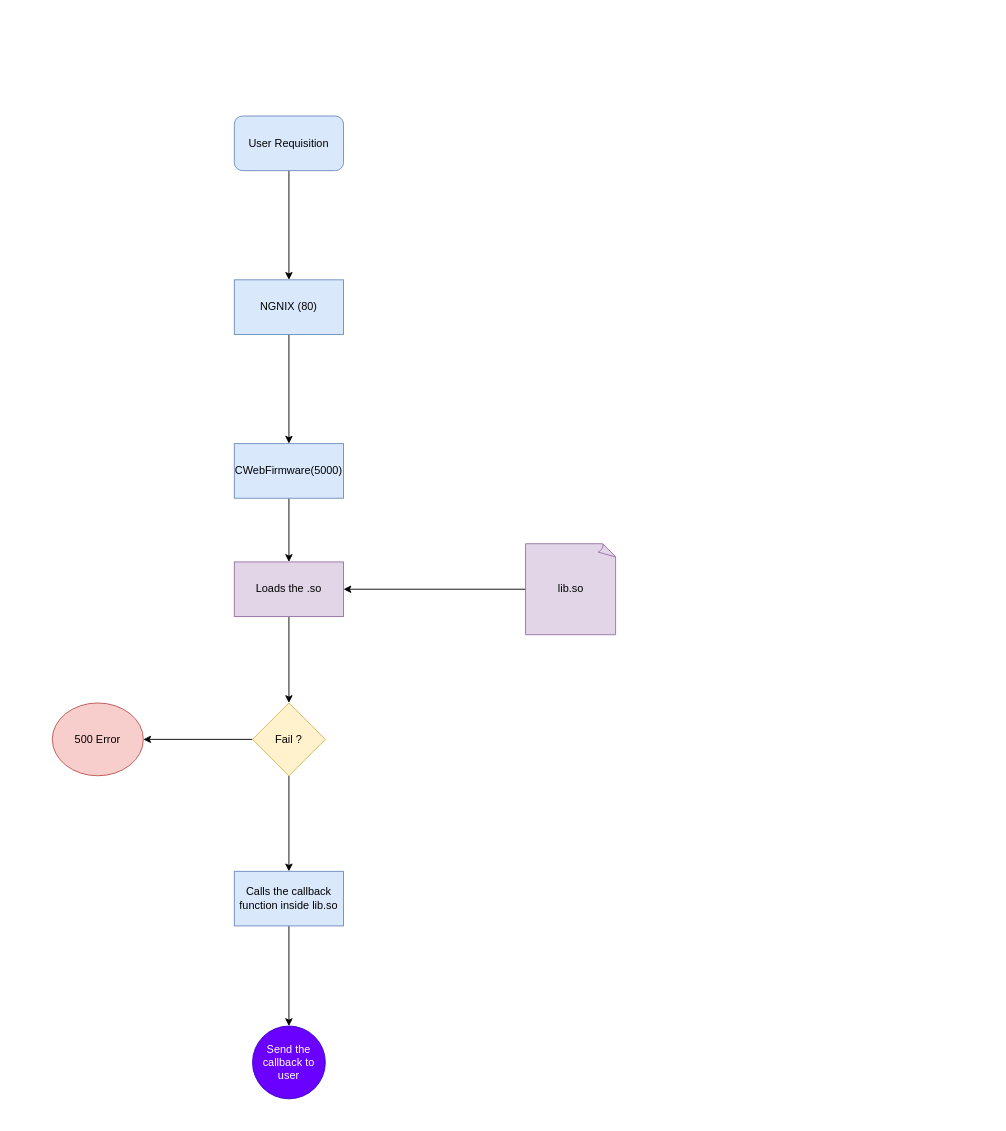
Earlier version of the draw.io diagram assets/firmware.drawio (OUIsolutions/CWebStudioFirmware). Source tidied: cells renumbered, new cells numbered last; positions are measured from the earlier drawing's top-left corner, leaving out a move shared by most shapes. Both pictures are drawn from the tidied source at 91%, with x=0, y=0 at pixel (52, 116).
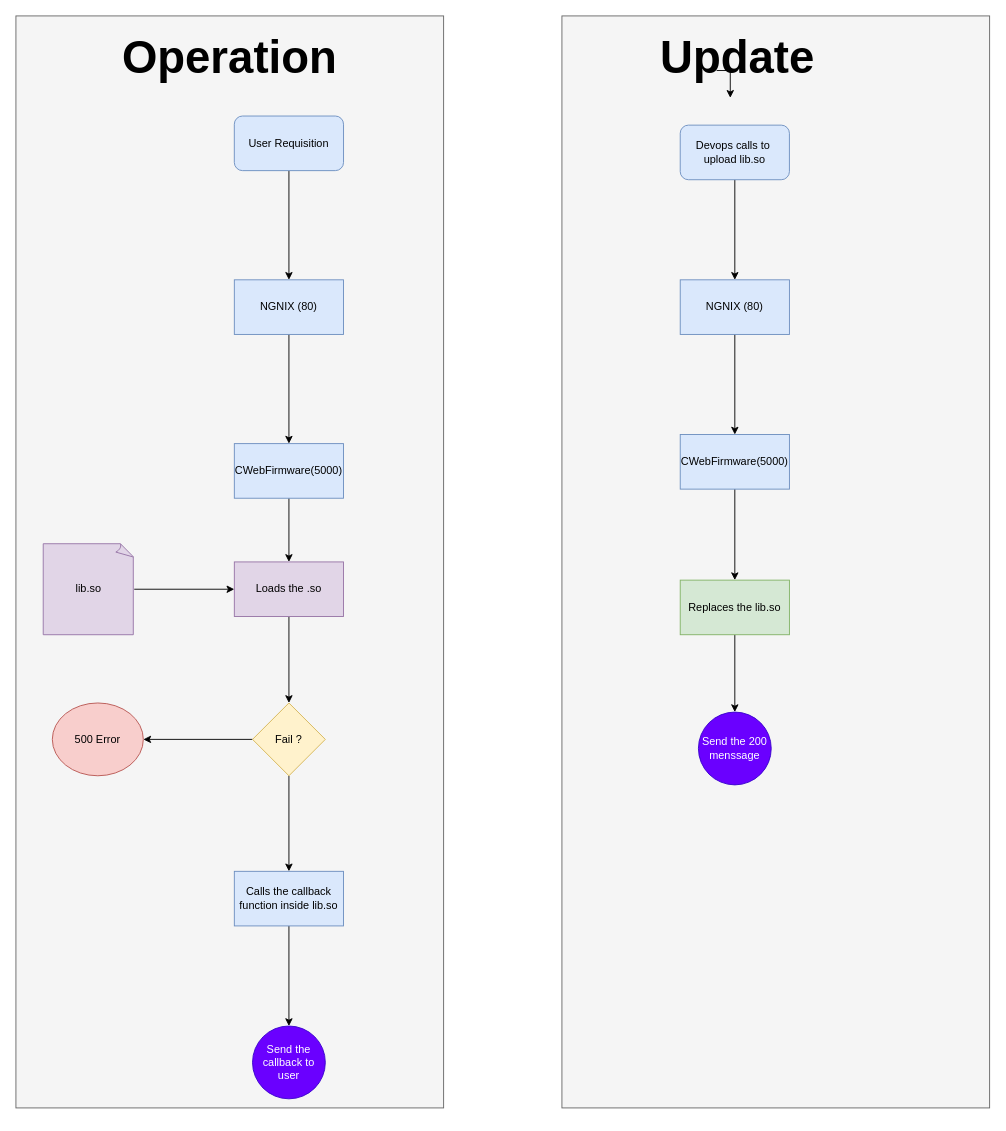
After the change.

The edit, as a diff of the source:
```diff
@@
+    <mxCell id="19" style="rounded=0;whiteSpace=wrap;html=1;fillColor=#f5f5f5;strokeColor=#666666;fontColor=#333333;" parent="1" vertex="1">
+      <mxGeometry x="560" y="-110" width="470" height="1200" as="geometry" />
+    </mxCell>
+    <mxCell id="20" style="rounded=0;whiteSpace=wrap;html=1;fillColor=#f5f5f5;strokeColor=#666666;fontColor=#333333;" parent="1" vertex="1">
+      <mxGeometry x="-40" y="-110" width="470" height="1200" as="geometry" />
+    </mxCell>
@@
     <mxCell id="9" value="lib.so" style="whiteSpace=wrap;html=1;shape=mxgraph.basic.document;fillColor=#e1d5e7;strokeColor=#9673a6;" parent="1" vertex="1">
-      <mxGeometry x="520" y="470" width="100" height="100" as="geometry" />
+      <mxGeometry x="-10" y="470" width="100" height="100" as="geometry" />
     </mxCell>
@@
+    <mxCell id="21" style="edgeStyle=orthogonalEdgeStyle;rounded=0;jettySize=auto;html=1;" parent="1" edge="1" source="22" target="24">
+      <mxGeometry relative="1" as="geometry" />
+    </mxCell>
+    <mxCell id="22" value="Devops calls to&amp;nbsp; upload lib.so" style="rounded=1;whiteSpace=wrap;html=1;fillColor=#dae8fc;strokeColor=#6c8ebf;" parent="1" vertex="1">
+      <mxGeometry x="690" y="10" width="120" height="60" as="geometry" />
+    </mxCell>
+    <mxCell id="23" style="edgeStyle=orthogonalEdgeStyle;rounded=0;jettySize=auto;html=1;entryX=0.5;entryY=0;entryDx=0;entryDy=0;" parent="1" edge="1" source="24" target="26">
+      <mxGeometry relative="1" as="geometry" />
+    </mxCell>
+    <mxCell id="24" value="NGNIX (80)" style="rounded=0;whiteSpace=wrap;html=1;fillColor=#dae8fc;strokeColor=#6c8ebf;" parent="1" vertex="1">
+      <mxGeometry x="690" y="180" width="120" height="60" as="geometry" />
+    </mxCell>
+    <mxCell id="25" style="edgeStyle=orthogonalEdgeStyle;rounded=0;jettySize=auto;html=1;" parent="1" edge="1" source="26" target="28">
+      <mxGeometry relative="1" as="geometry" />
+    </mxCell>
+    <mxCell id="26" value="CWebFirmware(5000)" style="rounded=0;whiteSpace=wrap;html=1;fillColor=#dae8fc;strokeColor=#6c8ebf;" parent="1" vertex="1">
+      <mxGeometry x="690" y="350" width="120" height="60" as="geometry" />
+    </mxCell>
+    <mxCell id="27" style="edgeStyle=orthogonalEdgeStyle;rounded=0;jettySize=auto;html=1;entryX=0.5;entryY=0;entryDx=0;entryDy=0;" parent="1" edge="1" source="28" target="29">
+      <mxGeometry relative="1" as="geometry" />
+    </mxCell>
+    <mxCell id="28" value="Replaces the lib.so" style="rounded=0;whiteSpace=wrap;html=1;fillColor=#d5e8d4;strokeColor=#82b366;" parent="1" vertex="1">
+      <mxGeometry x="690" y="510" width="120" height="60" as="geometry" />
+    </mxCell>
+    <mxCell id="29" value="Send the 200 menssage" style="ellipse;whiteSpace=wrap;html=1;fillColor=#6a00ff;fontColor=#ffffff;strokeColor=#3700CC;" parent="1" vertex="1">
+      <mxGeometry x="710" y="655" width="80" height="80" as="geometry" />
+    </mxCell>
+    <mxCell id="30" value="&lt;b&gt;&lt;font style=&quot;font-size: 50px;&quot;&gt;Operation&lt;/font&gt;&lt;/b&gt;" style="text;html=1;align=center;verticalAlign=middle;whiteSpace=wrap;rounded=0;" parent="1" vertex="1">
+      <mxGeometry x="165" y="-80" width="60" height="30" as="geometry" />
+    </mxCell>
+    <mxCell id="31" value="&lt;b&gt;&lt;font style=&quot;font-size: 50px;&quot;&gt;Update&amp;nbsp;&lt;/font&gt;&lt;/b&gt;&lt;div&gt;&lt;b&gt;&lt;font style=&quot;font-size: 50px;&quot;&gt;&lt;br&gt;&lt;/font&gt;&lt;/b&gt;&lt;/div&gt;" style="text;html=1;align=center;verticalAlign=middle;whiteSpace=wrap;rounded=0;" parent="1" vertex="1">
+      <mxGeometry x="730" y="-50" width="60" height="30" as="geometry" />
+    </mxCell>
+    <mxCell id="32" style="edgeStyle=orthogonalEdgeStyle;rounded=0;orthogonalLoop=1;jettySize=auto;html=1;exitX=0;exitY=0;exitDx=0;exitDy=0;entryX=0.25;entryY=1;entryDx=0;entryDy=0;" parent="1" edge="1" source="31" target="31">
+      <mxGeometry relative="1" as="geometry" />
+    </mxCell>
+    <mxCell id="33" style="edgeStyle=orthogonalEdgeStyle;rounded=0;orthogonalLoop=1;jettySize=auto;html=1;exitX=0.5;exitY=1;exitDx=0;exitDy=0;" parent="1" edge="1" source="20" target="20">
+      <mxGeometry relative="1" as="geometry" />
+    </mxCell>
```
